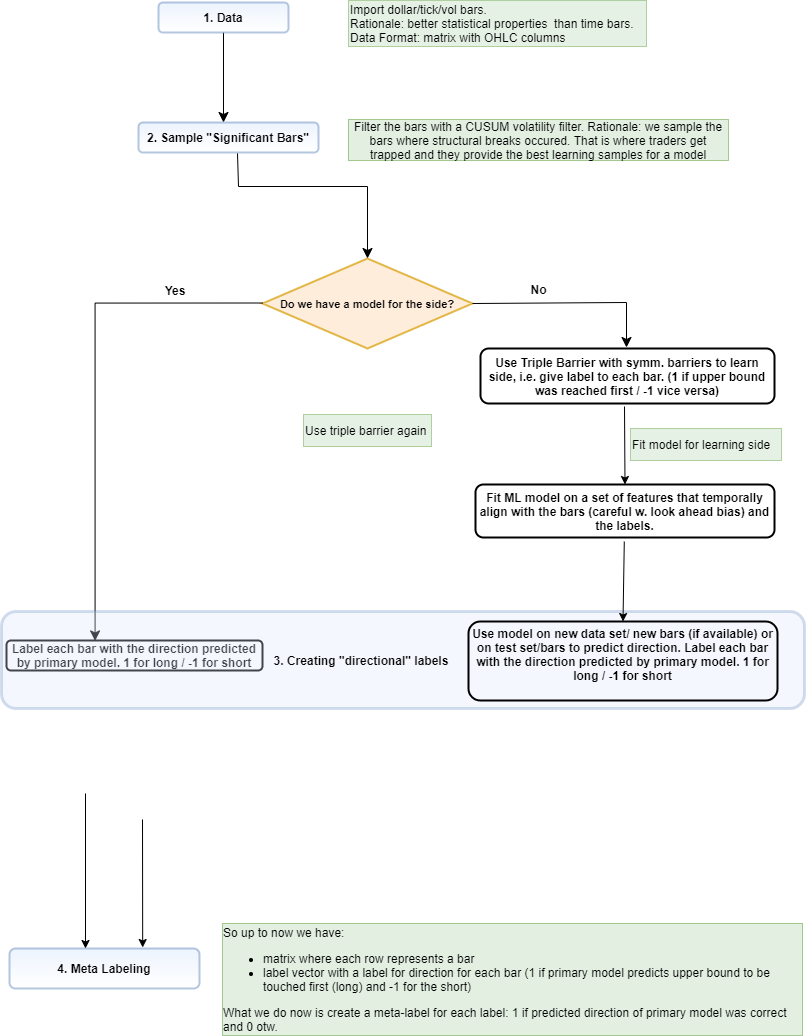
This is Graphics/overview.png from aarzt21/MasterThesisETHZ, a draw.io export, as it was before one commit. Source tidied: cells renumbered, new cells last; positions are measured from the earlier drawing's top-left corner, leaving out a move shared by most shapes.
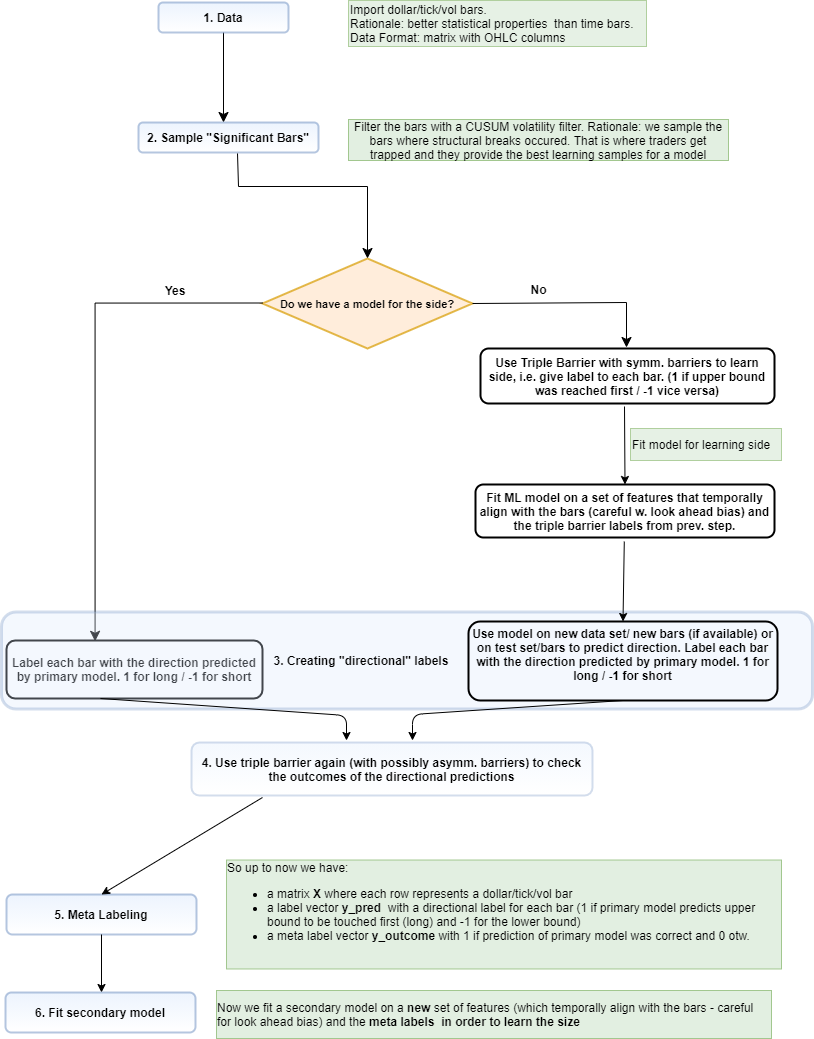
The same diagram one commit later.

What changed in the source:
```diff
@@ -55,7 +55,7 @@
       <mxGeometry x="524" y="280" width="26" height="18" as="geometry" />
     </mxCell>
     <mxCell id="13" value="&lt;b&gt;Label each bar with the direction predicted by primary model. 1 for long / -1 for short&lt;/b&gt;" style="rounded=1;whiteSpace=wrap;html=1;fontSize=12;glass=0;strokeWidth=2;shadow=0;" parent="1" vertex="1">
-      <mxGeometry x="5" y="640" width="256" height="30" as="geometry" />
+      <mxGeometry x="5" y="640" width="256" height="58" as="geometry" />
     </mxCell>
     <mxCell id="14" value="&lt;b&gt;Use Triple Barrier with symm. barriers to learn side, i.e. give label to each bar. (1 if upper bound was reached first / -1 vice versa)&lt;/b&gt;" style="rounded=1;whiteSpace=wrap;html=1;fontSize=12;glass=0;strokeWidth=2;shadow=0;" parent="1" vertex="1">
       <mxGeometry x="479" y="348" width="294" height="55" as="geometry" />
@@ -64,20 +64,20 @@
       <mxGeometry relative="1" as="geometry" />
     </mxCell>
     <mxCell id="16" style="rounded=1;whiteSpace=wrap;html=1;strokeWidth=3;opacity=30;strokeColor=#6c8ebf;fillColor=#dae8fc;" parent="1" vertex="1">
-      <mxGeometry y="611" width="803" height="97" as="geometry" />
+      <mxGeometry y="611.5" width="811" height="97" as="geometry" />
     </mxCell>
     <mxCell id="17" value="&lt;b&gt;3. Creating &quot;directional&quot; labels&lt;/b&gt;" style="text;html=1;strokeColor=none;fillColor=none;align=center;verticalAlign=middle;whiteSpace=wrap;rounded=0;opacity=30;" parent="1" vertex="1">
       <mxGeometry x="230" y="650" width="260" height="20" as="geometry" />
     </mxCell>
-    <mxCell id="18" value="&lt;b&gt;4. Meta Labeling&lt;/b&gt;" style="rounded=1;whiteSpace=wrap;html=1;fontSize=12;glass=0;strokeWidth=2;shadow=0;fillColor=#dae8fc;strokeColor=#6c8ebf;gradientColor=#ffffff;opacity=50;" parent="1" vertex="1">
-      <mxGeometry x="8" y="948" width="190" height="40" as="geometry" />
+    <mxCell id="18" value="&lt;b&gt;5. Meta Labeling&lt;/b&gt;" style="rounded=1;whiteSpace=wrap;html=1;fontSize=12;glass=0;strokeWidth=2;shadow=0;fillColor=#dae8fc;strokeColor=#6c8ebf;gradientColor=#ffffff;opacity=50;" parent="1" vertex="1">
+      <mxGeometry x="5" y="894" width="190" height="40" as="geometry" />
     </mxCell>
     <mxCell id="19" style="endArrow=classic;html=1;strokeColor=#000000;strokeWidth=1;entryX=0.5;entryY=0;entryDx=0;entryDy=0;" parent="1" edge="1" target="20">
       <mxGeometry relative="1" as="geometry">
         <mxPoint x="623" y="406" as="sourcePoint" />
       </mxGeometry>
     </mxCell>
-    <mxCell id="20" value="&lt;b&gt;Fit ML model on a set of features that temporally align with the bars (careful w. look ahead bias) and the labels.&lt;/b&gt;" style="rounded=1;whiteSpace=wrap;html=1;strokeWidth=2;gradientColor=#ffffff;fillColor=none;" parent="1" vertex="1">
+    <mxCell id="20" value="&lt;b&gt;Fit ML model on a set of features that temporally align with the bars (careful w. look ahead bias) and the triple barrier labels from prev. step.&lt;/b&gt;" style="rounded=1;whiteSpace=wrap;html=1;strokeWidth=2;gradientColor=#ffffff;fillColor=none;" parent="1" vertex="1">
       <mxGeometry x="474" y="484" width="299" height="53" as="geometry" />
     </mxCell>
     <mxCell id="21" value="Fit model for learning side" style="text;html=1;strokeColor=#82b366;fillColor=#d5e8d4;align=left;verticalAlign=middle;whiteSpace=wrap;rounded=0;opacity=60;" parent="1" vertex="1">
@@ -91,22 +91,41 @@
     <mxCell id="23" value="&lt;b&gt;Use model on new data set/ new bars (if available) or on test set/bars to predict direction.&amp;nbsp;&lt;/b&gt;&lt;b&gt;Label each bar with the direction predicted by primary model. 1 for long / -1 for short&lt;/b&gt;&lt;b&gt;&lt;br&gt;&lt;br&gt;&lt;/b&gt;" style="rounded=1;whiteSpace=wrap;html=1;strokeWidth=2;gradientColor=#ffffff;fillColor=none;" parent="1" vertex="1">
       <mxGeometry x="467" y="621" width="309" height="79" as="geometry" />
     </mxCell>
-    <mxCell id="24" value="Use triple barrier again" style="text;html=1;strokeColor=#82b366;fillColor=#d5e8d4;align=left;verticalAlign=middle;whiteSpace=wrap;rounded=0;opacity=60;" parent="1" vertex="1">
-      <mxGeometry x="302" y="414" width="128" height="32" as="geometry" />
-    </mxCell>
-    <mxCell id="25" style="endArrow=classic;html=1;strokeColor=#000000;strokeWidth=1;" parent="1" edge="1">
-      <mxGeometry relative="1" as="geometry">
-        <mxPoint x="84" y="793" as="sourcePoint" />
-        <mxPoint x="84" y="948" as="targetPoint" />
-      </mxGeometry>
+    <mxCell id="25" style="endArrow=classic;html=1;strokeColor=#000000;strokeWidth=1;exitX=0.177;exitY=1.038;exitDx=0;exitDy=0;exitPerimeter=0;entryX=0.5;entryY=0;entryDx=0;entryDy=0;" parent="1" edge="1" source="30" target="18">
+      <mxGeometry relative="1" as="geometry" />
     </mxCell>
-    <mxCell id="26" style="endArrow=classic;html=1;strokeColor=#000000;strokeWidth=1;entryX=0.701;entryY=-0.025;entryDx=0;entryDy=0;entryPerimeter=0;" parent="1" edge="1" target="18">
-      <mxGeometry relative="1" as="geometry">
-        <mxPoint x="141" y="819" as="sourcePoint" />
-      </mxGeometry>
-    </mxCell>
-    <mxCell id="27" value="&lt;div style=&quot;text-align: left&quot;&gt;&lt;span&gt;So up to now we have:&lt;/span&gt;&lt;ul&gt;&lt;li&gt;&lt;span&gt;matrix where each row represents a bar&amp;nbsp;&lt;/span&gt;&lt;/li&gt;&lt;li&gt;&lt;span&gt;label vector with a label for direction for each bar (1 if primary model predicts upper bound&amp;nbsp;&lt;/span&gt;&lt;span&gt;to be touched first (long) and -1 for the short)&lt;/span&gt;&lt;/li&gt;&lt;/ul&gt;&lt;span&gt;What we do now is create a meta-label for each label: 1 if predicted direction of primary model was correct and 0 otw.&amp;nbsp;&lt;/span&gt;&lt;span&gt;&amp;nbsp;&amp;nbsp;&lt;/span&gt;&lt;/div&gt;" style="text;html=1;strokeColor=#82b366;fillColor=#d5e8d4;align=center;verticalAlign=middle;whiteSpace=wrap;rounded=0;opacity=70;" parent="1" vertex="1">
-      <mxGeometry x="221" y="923" width="580" height="112" as="geometry" />
+    <mxCell id="27" value="&lt;div style=&quot;text-align: left&quot;&gt;&lt;span&gt;So up to now we have:&lt;/span&gt;&lt;ul&gt;&lt;li&gt;a matrix &lt;b&gt;X&amp;nbsp;&lt;/b&gt;where each row represents a dollar/tick/vol bar&amp;nbsp;&lt;/li&gt;&lt;li&gt;a label vector &lt;b&gt;y_pred&amp;nbsp;&lt;/b&gt;&amp;nbsp;with a directional label for each bar&amp;nbsp;(1 if primary model predicts upper bound&amp;nbsp;to be touched first (long) and -1 for the lower bound)&lt;/li&gt;&lt;li&gt;a meta label vector &lt;b&gt;y_outcome &lt;/b&gt;with 1 if prediction of primary model was correct and 0 otw.&lt;/li&gt;&lt;/ul&gt;&lt;br&gt;&lt;/div&gt;" style="text;html=1;strokeColor=#82b366;fillColor=#d5e8d4;align=center;verticalAlign=middle;whiteSpace=wrap;rounded=0;opacity=70;" parent="1" vertex="1">
+      <mxGeometry x="225" y="859.5" width="555" height="109" as="geometry" />
     </mxCell>
+    <mxCell id="28" style="endArrow=classic;html=1;strokeColor=#000000;strokeWidth=1;exitX=0.367;exitY=1;exitDx=0;exitDy=0;exitPerimeter=0;" parent="1" edge="1" source="13">
+      <mxGeometry relative="1" as="geometry">
+        <mxPoint x="345" y="740" as="targetPoint" />
+        <Array as="points">
+          <mxPoint x="345" y="715" />
+        </Array>
+      </mxGeometry>
+    </mxCell>
+    <mxCell id="29" style="endArrow=classic;html=1;strokeColor=#000000;strokeWidth=1;exitX=0.5;exitY=1;exitDx=0;exitDy=0;" parent="1" edge="1" source="23">
+      <mxGeometry relative="1" as="geometry">
+        <mxPoint x="411" y="740" as="targetPoint" />
+        <Array as="points">
+          <mxPoint x="411" y="714" />
+        </Array>
+      </mxGeometry>
+    </mxCell>
+    <mxCell id="30" value="&lt;b&gt;4. Use triple barrier again (with possibly asymm. barriers) to check the outcomes of the directional predictions&lt;/b&gt;" style="rounded=1;whiteSpace=wrap;html=1;strokeWidth=2;fillColor=#dae8fc;strokeColor=#6c8ebf;gradientColor=#ffffff;opacity=30;" parent="1" vertex="1">
+      <mxGeometry x="190" y="742" width="401" height="53" as="geometry" />
+    </mxCell>
+    <mxCell id="31" style="endArrow=classic;html=1;strokeColor=#000000;strokeWidth=1;exitX=0.5;exitY=1;exitDx=0;exitDy=0;" parent="1" edge="1" source="18">
+      <mxGeometry relative="1" as="geometry">
+        <mxPoint x="100" y="992" as="targetPoint" />
+      </mxGeometry>
+    </mxCell>
+    <mxCell id="32" value="&lt;b&gt;6. Fit secondary model&lt;/b&gt;" style="rounded=1;whiteSpace=wrap;html=1;fontSize=12;glass=0;strokeWidth=2;shadow=0;fillColor=#dae8fc;strokeColor=#6c8ebf;gradientColor=#ffffff;opacity=50;" parent="1" vertex="1">
+      <mxGeometry x="4" y="992" width="190" height="40" as="geometry" />
+    </mxCell>
+    <mxCell id="33" value="&lt;div style=&quot;text-align: left&quot;&gt;Now we fit a secondary model on a &lt;b&gt;new &lt;/b&gt;set of features (which temporally align with the bars - careful for look ahead bias) and the &lt;b&gt;meta labels&amp;nbsp; in order to learn the size&lt;/b&gt;&lt;/div&gt;" style="text;html=1;strokeColor=#82b366;fillColor=#d5e8d4;align=center;verticalAlign=middle;whiteSpace=wrap;rounded=0;opacity=70;" parent="1" vertex="1">
+      <mxGeometry x="215" y="990" width="555" height="48" as="geometry" />
+    </mxCell>
   </root>
 </mxGraphModel>
```
